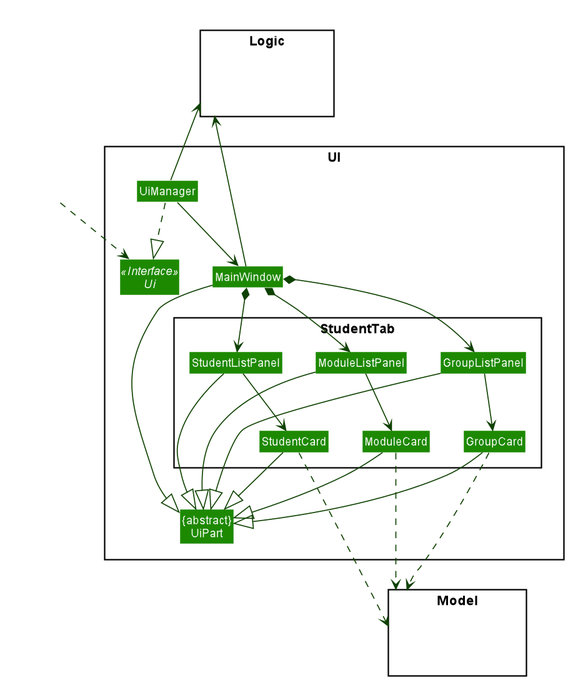
Above: docs/images/StudentTabClassDiagram.png in nus-cs2103-AY1920S2/addressbook-level3 (PlantUML), before the change.
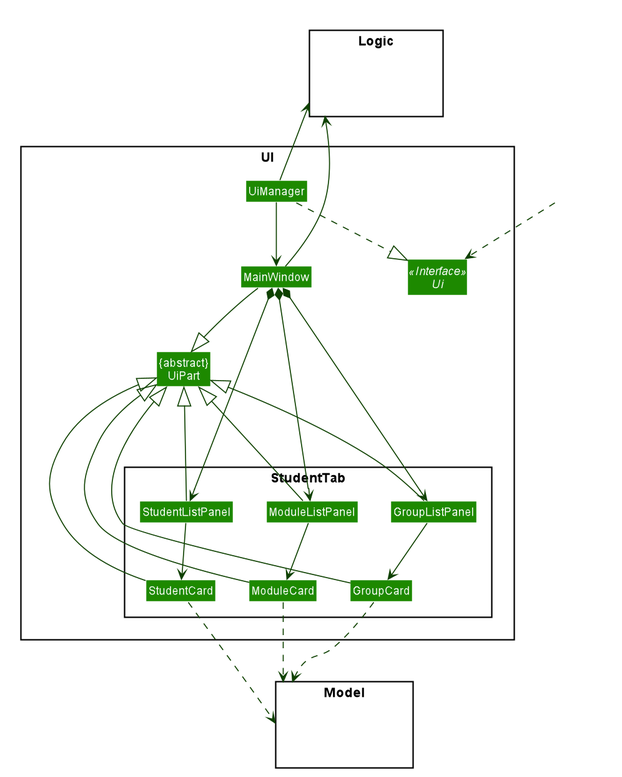
Above is the later version.

Commit message:
Update student tab class diagram

Diff of the diagram source:
```diff
@@ -89,12 +89,12 @@
 
 MainWindow -down-|> UiPart
 
-StudentListPanel -down-|> UiPart
-StudentCard -down-|> UiPart
-ModuleListPanel -down-|> UiPart
-ModuleCard -down-|> UiPart
-GroupListPanel -down-|> UiPart
-GroupCard -down-|> UiPart
+StudentListPanel -left--|> UiPart
+StudentCard -up--|> UiPart
+ModuleListPanel -up--|> UiPart
+ModuleCard -up--|> UiPart
+GroupListPanel -left--|> UiPart
+GroupCard -up--|> UiPart
 
 StudentCard .down.> Model
 ModuleCard .down.> Model
```
